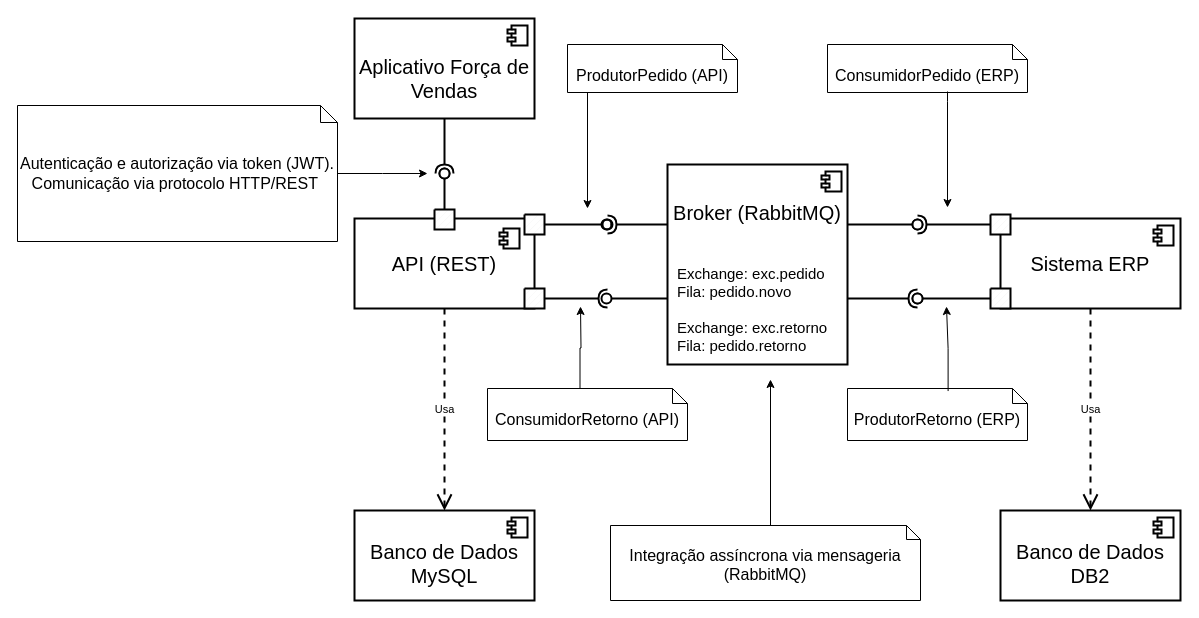
Above: tcc-final/artefatos/diagramas/DiagramaComponente.drawio in RicarlosJunior/TCC-MBA-Engenharia-Software-USP-Esalq (draw.io), before the change. Source tidied: cells renumbered, new cells numbered last; positions are measured from the earlier drawing's top-left corner, leaving out a move shared by most shapes. Both pictures are drawn from the tidied source at 100%, with x=0, y=0 at pixel (17, 18).
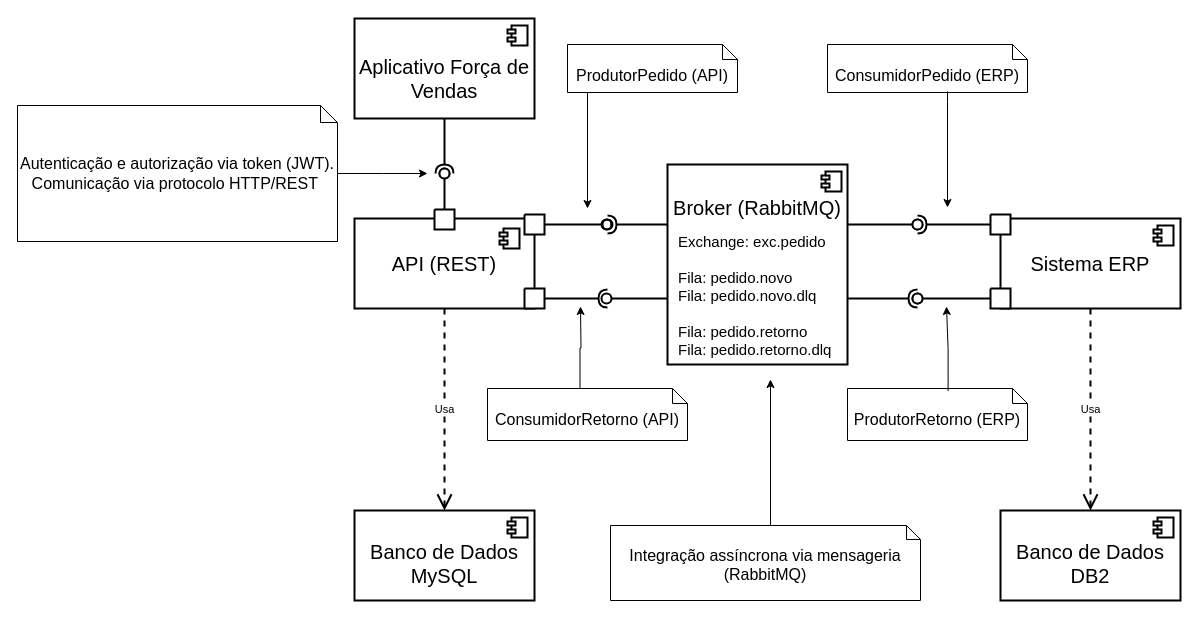
Above is the later version.

Change to the diagram source:
```diff
@@
-    <mxCell id="9" value="Broker (RabbitMQ)" style="whiteSpace=wrap;strokeWidth=2;fontStyle=0;fontSize=20;verticalAlign=top;horizontal=1;labelPosition=center;verticalLabelPosition=middle;align=center;spacingTop=30;" parent="1" vertex="1">
+    <mxCell id="9" value="Broker (RabbitMQ)" style="whiteSpace=wrap;strokeWidth=2;fontStyle=0;fontSize=20;verticalAlign=top;horizontal=1;labelPosition=center;verticalLabelPosition=middle;align=center;spacingTop=25;" parent="1" vertex="1">
       <mxGeometry x="650" y="146" width="180" height="200" as="geometry" />
     </mxCell>
@@
-    <mxCell id="50" value="&lt;span&gt;Exchange: exc.pedido&lt;/span&gt;&lt;div&gt;&lt;span&gt;Fila: pedido.novo&lt;/span&gt;&lt;br&gt;&lt;br&gt;&lt;span&gt;Exchange: exc.retorno&lt;/span&gt;&lt;/div&gt;&lt;div&gt;&lt;span&gt;Fila: pedido.retorno&lt;/span&gt;&lt;/div&gt;" style="text;whiteSpace=wrap;html=1;fontSize=15;align=left;" parent="1" vertex="1">
-      <mxGeometry x="658" y="240" width="162" height="100" as="geometry" />
+    <mxCell id="50" value="&lt;span&gt;Exchange: exc.pedido&lt;/span&gt;&lt;div&gt;&lt;br&gt;&lt;div&gt;&lt;span&gt;Fila: pedido.novo&lt;/span&gt;&lt;br&gt;Fila: pedido.novo.dlq&lt;/div&gt;&lt;div&gt;&lt;br&gt;&lt;/div&gt;&lt;div&gt;&lt;span&gt;Fila: pedido.retorno&lt;/span&gt;&lt;/div&gt;&lt;div&gt;Fila: pedido.retorno.dlq&lt;span&gt;&lt;/span&gt;&lt;/div&gt;&lt;/div&gt;" style="text;whiteSpace=wrap;html=1;fontSize=15;align=left;" parent="1" vertex="1">
+      <mxGeometry x="659" y="208" width="162" height="140" as="geometry" />
     </mxCell>
```
